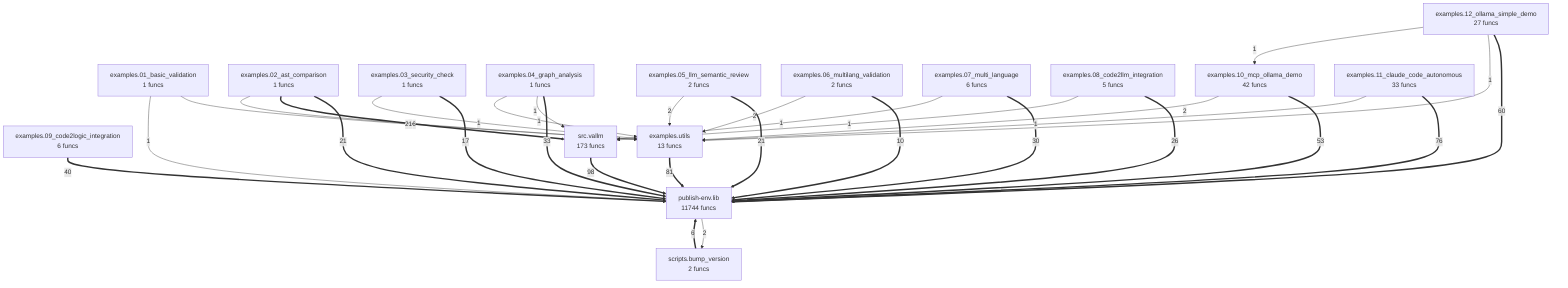
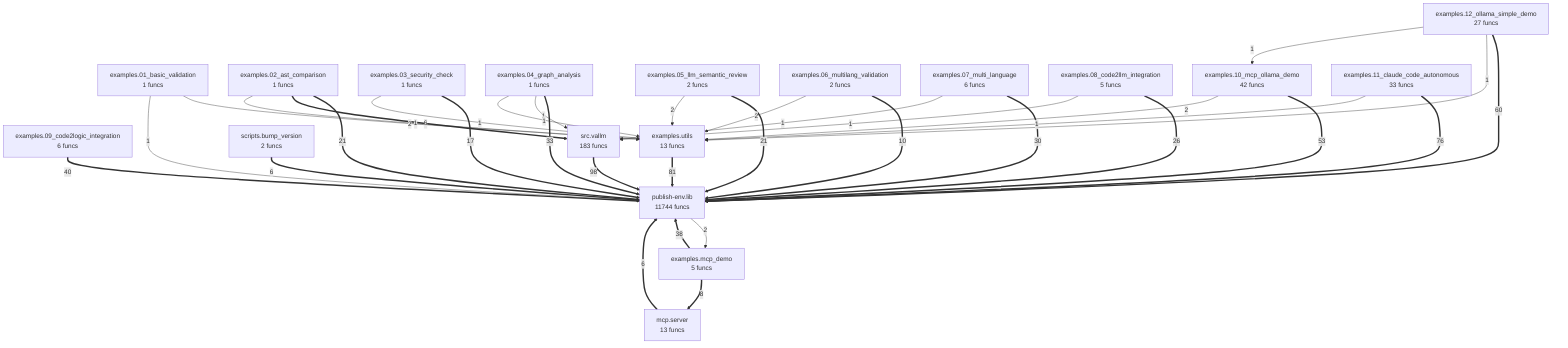
flowchart TD
    examples_01_basic_validation["examples.01_basic_validation<br/>1 funcs"]
    examples_02_ast_comparison["examples.02_ast_comparison<br/>1 funcs"]
    examples_03_security_check["examples.03_security_check<br/>1 funcs"]
    examples_04_graph_analysis["examples.04_graph_analysis<br/>1 funcs"]
    examples_05_llm_semantic_review["examples.05_llm_semantic_review<br/>2 funcs"]
    examples_06_multilang_validation["examples.06_multilang_validation<br/>2 funcs"]
    examples_07_multi_language["examples.07_multi_language<br/>6 funcs"]
    examples_08_code2llm_integration["examples.08_code2llm_integration<br/>5 funcs"]
    examples_09_code2logic_integration["examples.09_code2logic_integration<br/>6 funcs"]
    examples_10_mcp_ollama_demo["examples.10_mcp_ollama_demo<br/>42 funcs"]
    examples_11_claude_code_autonomous["examples.11_claude_code_autonomous<br/>33 funcs"]
    examples_12_ollama_simple_demo["examples.12_ollama_simple_demo<br/>27 funcs"]
+     examples_mcp_demo["examples.mcp_demo<br/>5 funcs"]
    examples_utils["examples.utils<br/>13 funcs"]
+     mcp_server["mcp.server<br/>13 funcs"]
    publish_env_lib["publish-env.lib<br/>11744 funcs"]
    scripts_bump_version["scripts.bump_version<br/>2 funcs"]
-     src_vallm["src.vallm<br/>173 funcs"]
+     src_vallm["src.vallm<br/>183 funcs"]
    src_vallm ==>|98| publish_env_lib
    examples_utils ==>|81| publish_env_lib
    examples_11_claude_code_autonomous ==>|76| publish_env_lib
    examples_12_ollama_simple_demo ==>|60| publish_env_lib
    examples_10_mcp_ollama_demo ==>|53| publish_env_lib
    examples_09_code2logic_integration ==>|40| publish_env_lib
+     examples_mcp_demo ==>|38| publish_env_lib
    examples_04_graph_analysis ==>|33| publish_env_lib
    examples_07_multi_language ==>|30| publish_env_lib
    examples_08_code2llm_integration ==>|26| publish_env_lib
    examples_05_llm_semantic_review ==>|21| publish_env_lib
    examples_02_ast_comparison ==>|21| publish_env_lib
    examples_03_security_check ==>|17| publish_env_lib
    examples_06_multilang_validation ==>|10| publish_env_lib
+     examples_mcp_demo ==>|8| mcp_server
    scripts_bump_version ==>|6| publish_env_lib
+     mcp_server ==>|6| publish_env_lib
    examples_02_ast_comparison ==>|6| src_vallm
-     publish_env_lib -->|2| scripts_bump_version
+     publish_env_lib -->|2| examples_mcp_demo
    examples_05_llm_semantic_review -->|2| examples_utils
    examples_01_basic_validation -->|2| examples_utils
    examples_06_multilang_validation -->|2| examples_utils
    examples_10_mcp_ollama_demo -->|2| examples_utils
    examples_04_graph_analysis -->|1| src_vallm
    examples_04_graph_analysis -->|1| examples_utils
    examples_11_claude_code_autonomous -->|1| examples_utils
-     examples_12_ollama_simple_demo -->|1| examples_utils
    examples_01_basic_validation -->|1| publish_env_lib
    examples_02_ast_comparison -->|1| examples_utils
+     examples_12_ollama_simple_demo -->|1| examples_utils
    examples_03_security_check -->|1| examples_utils
    examples_07_multi_language -->|1| src_vallm
    examples_08_code2llm_integration -->|1| src_vallm
    examples_12_ollama_simple_demo -->|1| examples_10_mcp_ollama_demo
